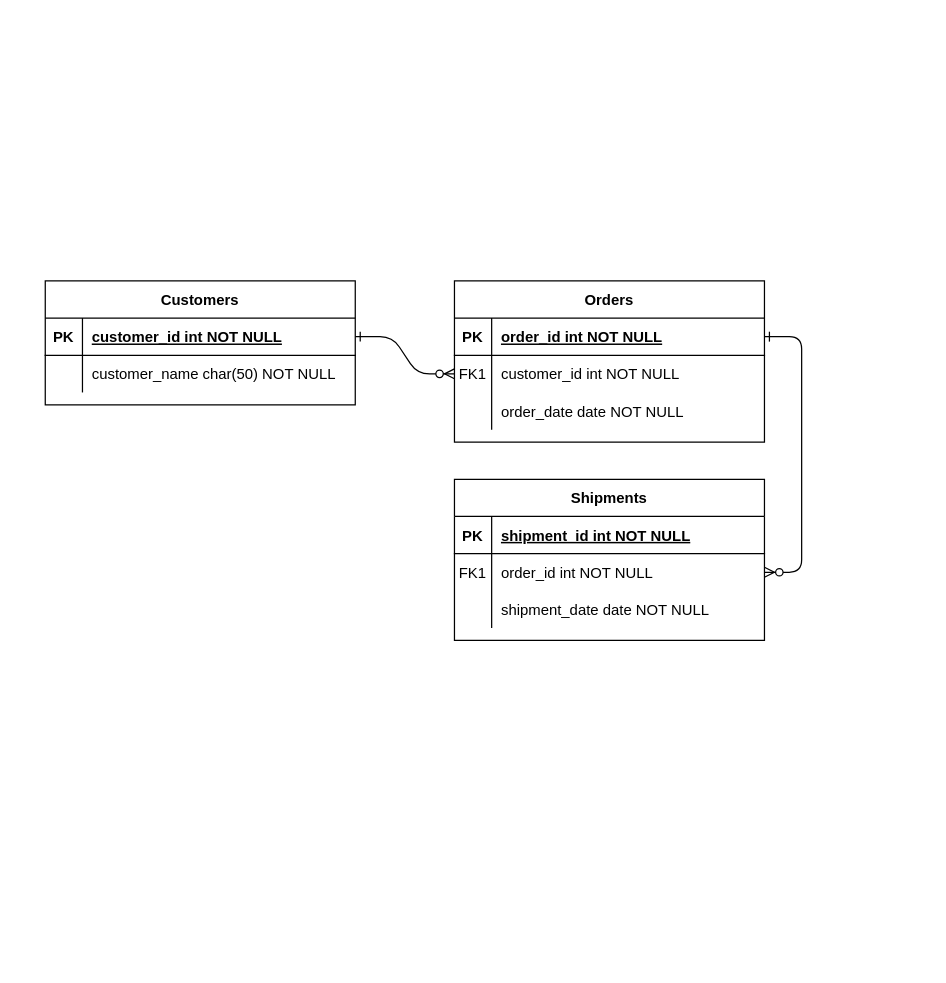
This is Untitled Diagram.drawio from JonDmc/PokeTCG, a draw.io file, before an edit. Source tidied: cells renumbered, new cells numbered last; positions are measured from the earlier drawing's top-left corner, leaving out a move shared by most shapes. Both pictures are drawn from the tidied source at 124%, with x=0, y=0 at pixel (45, 280).
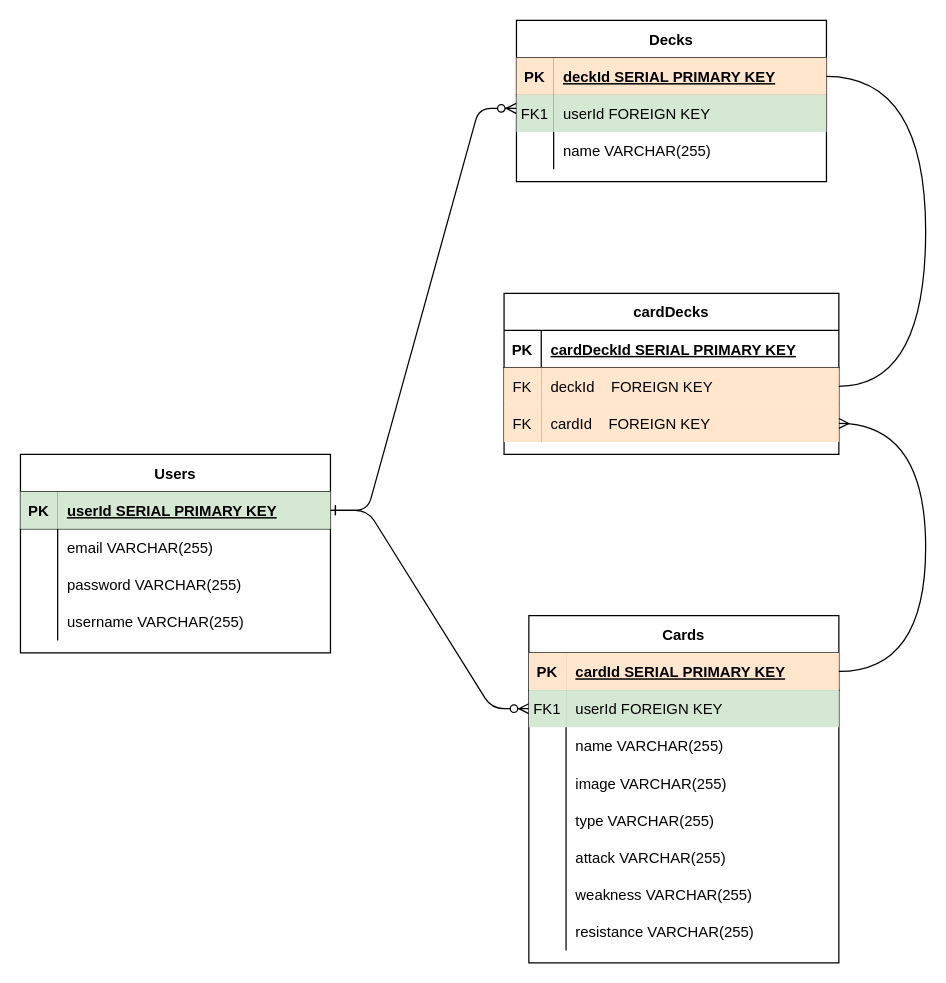
The same page after the edit.

Unchanged cells that the change refers to:
```xml
<mxCell id="5" style="shape=partialRectangle;fillColor=none;points=[[0,0.5],[1,0.5]];portConstraint=eastwest;top=0;left=0;right=0;bottom=1;" parent="4" vertex="1">
  <mxGeometry y="30" width="250" height="30" as="geometry" />
</mxCell>
<mxCell id="8" style="shape=partialRectangle;fillColor=none;points=[[0,0.5],[1,0.5]];portConstraint=eastwest;top=0;left=0;right=0;bottom=0;" parent="4" vertex="1">
  <mxGeometry y="60" width="250" height="30" as="geometry" />
</mxCell>
<mxCell id="11" style="shape=partialRectangle;fillColor=none;top=0;left=0;right=0;bottom=0;" parent="4" vertex="1">
  <mxGeometry y="90" width="250" height="30" as="geometry" />
</mxCell>
<mxCell id="15" style="shape=partialRectangle;fillColor=none;points=[[0,0.5],[1,0.5]];portConstraint=eastwest;top=0;left=0;right=0;bottom=1;" parent="14" vertex="1">
  <mxGeometry y="30" width="250" height="30" as="geometry" />
</mxCell>
<mxCell id="18" style="shape=partialRectangle;fillColor=none;points=[[0,0.5],[1,0.5]];portConstraint=eastwest;top=0;left=0;right=0;bottom=0;" parent="14" vertex="1">
  <mxGeometry y="60" width="250" height="30" as="geometry" />
</mxCell>
<mxCell id="21" style="shape=partialRectangle;fillColor=none;top=0;left=0;right=0;bottom=0;" parent="14" vertex="1">
  <mxGeometry y="90" width="250" height="30" as="geometry" />
</mxCell>
<mxCell id="25" style="shape=partialRectangle;fillColor=none;points=[[0,0.5],[1,0.5]];portConstraint=eastwest;top=0;left=0;right=0;bottom=1;" parent="24" vertex="1">
  <mxGeometry y="30" width="250" height="30" as="geometry" />
</mxCell>
<mxCell id="28" style="shape=partialRectangle;fillColor=none;top=0;left=0;right=0;bottom=0;" parent="24" vertex="1">
  <mxGeometry y="60" width="250" height="30" as="geometry" />
</mxCell>
```

Diff of the diagram source:
```diff
@@
-    <mxCell id="3" style="edgeStyle=entityRelationEdgeStyle;endArrow=ERzeroToMany;startArrow=ERone;endFill=1;startFill=0;" parent="1" edge="1" source="5" target="18">
-      <mxGeometry relative="1" as="geometry" />
-    </mxCell>
-    <mxCell id="4" value="Orders" style="shape=table;startSize=30;childLayout=tableLayout;rowLines=0;fontStyle=1;align=center;" parent="1" vertex="1">
-      <mxGeometry x="330" width="250" height="130" as="geometry" />
+    <mxCell id="4" value="Cards" style="shape=table;startSize=30;childLayout=tableLayout;rowLines=0;fontStyle=1;align=center;" parent="1" vertex="1">
+      <mxGeometry x="390" y="270" width="250" height="280" as="geometry" />
     </mxCell>
@@
-    <mxCell id="6" value="PK" style="shape=partialRectangle;overflow=hidden;fillColor=none;top=0;left=0;bottom=0;right=0;fontStyle=1;" parent="5" vertex="1">
+    <mxCell id="6" value="PK" style="shape=partialRectangle;overflow=hidden;fillColor=#ffe6cc;top=0;left=0;bottom=0;right=0;fontStyle=1;strokeColor=#d79b00;" parent="5" vertex="1">
       <mxGeometry width="30" height="30" as="geometry" />
     </mxCell>
-    <mxCell id="7" value="order_id int NOT NULL " style="shape=partialRectangle;overflow=hidden;fillColor=none;top=0;left=0;bottom=0;right=0;align=left;spacingLeft=6;fontStyle=5;" parent="5" vertex="1">
+    <mxCell id="7" value="cardId SERIAL PRIMARY KEY" style="shape=partialRectangle;overflow=hidden;fillColor=#ffe6cc;top=0;left=0;bottom=0;right=0;align=left;spacingLeft=6;fontStyle=5;strokeColor=#d79b00;" parent="5" vertex="1">
       <mxGeometry x="30" width="220" height="30" as="geometry" />
     </mxCell>
@@
-    <mxCell id="9" value="FK1" style="shape=partialRectangle;overflow=hidden;fillColor=none;top=0;left=0;bottom=0;right=0;" parent="8" vertex="1">
+    <mxCell id="9" value="FK1" style="shape=partialRectangle;overflow=hidden;fillColor=#d5e8d4;top=0;left=0;bottom=0;right=0;strokeColor=#82b366;" parent="8" vertex="1">
       <mxGeometry width="30" height="30" as="geometry" />
     </mxCell>
-    <mxCell id="10" value="customer_id int NOT NULL" style="shape=partialRectangle;overflow=hidden;fillColor=none;top=0;left=0;bottom=0;right=0;align=left;spacingLeft=6;" parent="8" vertex="1">
+    <mxCell id="10" value="userId FOREIGN KEY" style="shape=partialRectangle;overflow=hidden;fillColor=#d5e8d4;top=0;left=0;bottom=0;right=0;align=left;spacingLeft=6;strokeColor=#82b366;" parent="8" vertex="1">
       <mxGeometry x="30" width="220" height="30" as="geometry" />
     </mxCell>
@@
-    <mxCell id="13" value="order_date date NOT NULL" style="shape=partialRectangle;overflow=hidden;fillColor=none;top=0;left=0;bottom=0;right=0;align=left;spacingLeft=6;" parent="11" vertex="1">
+    <mxCell id="13" value="name VARCHAR(255)" style="shape=partialRectangle;overflow=hidden;fillColor=none;top=0;left=0;bottom=0;right=0;align=left;spacingLeft=6;" parent="11" vertex="1">
       <mxGeometry x="30" width="220" height="30" as="geometry" />
     </mxCell>
+    <mxCell id="31" style="shape=tableRow;horizontal=0;startSize=0;swimlaneHead=0;swimlaneBody=0;fillColor=none;top=0;left=0;right=0;bottom=0;" parent="4" vertex="1">
+      <mxGeometry y="120" width="250" height="30" as="geometry" />
+    </mxCell>
+    <mxCell id="32" style="shape=partialRectangle;fillColor=none;top=0;left=0;bottom=0;right=0;overflow=hidden;" parent="31" vertex="1">
+      <mxGeometry width="30" height="30" as="geometry" />
+    </mxCell>
+    <mxCell id="33" value="image VARCHAR(255)" style="shape=partialRectangle;fillColor=none;top=0;left=0;bottom=0;right=0;align=left;spacingLeft=6;overflow=hidden;" parent="31" vertex="1">
+      <mxGeometry x="30" width="220" height="30" as="geometry" />
+    </mxCell>
+    <mxCell id="34" style="shape=tableRow;horizontal=0;startSize=0;swimlaneHead=0;swimlaneBody=0;fillColor=none;top=0;left=0;right=0;bottom=0;" parent="4" vertex="1">
+      <mxGeometry y="150" width="250" height="30" as="geometry" />
+    </mxCell>
+    <mxCell id="35" style="shape=partialRectangle;fillColor=none;top=0;left=0;bottom=0;right=0;overflow=hidden;" parent="34" vertex="1">
+      <mxGeometry width="30" height="30" as="geometry" />
+    </mxCell>
+    <mxCell id="36" value="type VARCHAR(255)" style="shape=partialRectangle;fillColor=none;top=0;left=0;bottom=0;right=0;align=left;spacingLeft=6;overflow=hidden;" parent="34" vertex="1">
+      <mxGeometry x="30" width="220" height="30" as="geometry" />
+    </mxCell>
+    <mxCell id="37" style="shape=tableRow;horizontal=0;startSize=0;swimlaneHead=0;swimlaneBody=0;fillColor=none;top=0;left=0;right=0;bottom=0;" parent="4" vertex="1">
+      <mxGeometry y="180" width="250" height="30" as="geometry" />
+    </mxCell>
+    <mxCell id="38" style="shape=partialRectangle;fillColor=none;top=0;left=0;bottom=0;right=0;overflow=hidden;" parent="37" vertex="1">
+      <mxGeometry width="30" height="30" as="geometry" />
+    </mxCell>
+    <mxCell id="39" value="attack VARCHAR(255)" style="shape=partialRectangle;fillColor=none;top=0;left=0;bottom=0;right=0;align=left;spacingLeft=6;overflow=hidden;" parent="37" vertex="1">
+      <mxGeometry x="30" width="220" height="30" as="geometry" />
+    </mxCell>
+    <mxCell id="40" style="shape=tableRow;horizontal=0;startSize=0;swimlaneHead=0;swimlaneBody=0;fillColor=none;top=0;left=0;right=0;bottom=0;" parent="4" vertex="1">
+      <mxGeometry y="210" width="250" height="30" as="geometry" />
+    </mxCell>
+    <mxCell id="41" style="shape=partialRectangle;fillColor=none;top=0;left=0;bottom=0;right=0;overflow=hidden;" parent="40" vertex="1">
+      <mxGeometry width="30" height="30" as="geometry" />
+    </mxCell>
+    <mxCell id="42" value="weakness VARCHAR(255)" style="shape=partialRectangle;fillColor=none;top=0;left=0;bottom=0;right=0;align=left;spacingLeft=6;overflow=hidden;" parent="40" vertex="1">
+      <mxGeometry x="30" width="220" height="30" as="geometry" />
+    </mxCell>
+    <mxCell id="43" style="shape=tableRow;horizontal=0;startSize=0;swimlaneHead=0;swimlaneBody=0;fillColor=none;top=0;left=0;right=0;bottom=0;" parent="4" vertex="1">
+      <mxGeometry y="240" width="250" height="30" as="geometry" />
+    </mxCell>
+    <mxCell id="44" style="shape=partialRectangle;fillColor=none;top=0;left=0;bottom=0;right=0;overflow=hidden;" parent="43" vertex="1">
+      <mxGeometry width="30" height="30" as="geometry" />
+    </mxCell>
+    <mxCell id="45" value="resistance VARCHAR(255)" style="shape=partialRectangle;fillColor=none;top=0;left=0;bottom=0;right=0;align=left;spacingLeft=6;overflow=hidden;" parent="43" vertex="1">
+      <mxGeometry x="30" width="220" height="30" as="geometry" />
+    </mxCell>
-    <mxCell id="14" value="Shipments" style="shape=table;startSize=30;childLayout=tableLayout;rowLines=0;fontStyle=1;align=center;" parent="1" vertex="1">
-      <mxGeometry x="330" y="160" width="250" height="130" as="geometry" />
+    <mxCell id="14" value="Decks" style="shape=table;startSize=30;childLayout=tableLayout;rowLines=0;fontStyle=1;align=center;" parent="1" vertex="1">
+      <mxGeometry x="380" y="-210" width="250" height="130" as="geometry" />
     </mxCell>
@@
-    <mxCell id="16" value="PK" style="shape=partialRectangle;overflow=hidden;fillColor=none;top=0;left=0;bottom=0;right=0;fontStyle=1;" parent="15" vertex="1">
+    <mxCell id="16" value="PK" style="shape=partialRectangle;overflow=hidden;fillColor=#ffe6cc;top=0;left=0;bottom=0;right=0;fontStyle=1;strokeColor=#d79b00;" parent="15" vertex="1">
       <mxGeometry width="30" height="30" as="geometry" />
     </mxCell>
-    <mxCell id="17" value="shipment_id int NOT NULL " style="shape=partialRectangle;overflow=hidden;fillColor=none;top=0;left=0;bottom=0;right=0;align=left;spacingLeft=6;fontStyle=5;" parent="15" vertex="1">
+    <mxCell id="17" value="deckId SERIAL PRIMARY KEY" style="shape=partialRectangle;overflow=hidden;fillColor=#ffe6cc;top=0;left=0;bottom=0;right=0;align=left;spacingLeft=6;fontStyle=5;strokeColor=#d79b00;" parent="15" vertex="1">
       <mxGeometry x="30" width="220" height="30" as="geometry" />
     </mxCell>
@@
-    <mxCell id="19" value="FK1" style="shape=partialRectangle;overflow=hidden;fillColor=none;top=0;left=0;bottom=0;right=0;" parent="18" vertex="1">
+    <mxCell id="19" value="FK1" style="shape=partialRectangle;overflow=hidden;fillColor=#d5e8d4;top=0;left=0;bottom=0;right=0;strokeColor=#82b366;" parent="18" vertex="1">
       <mxGeometry width="30" height="30" as="geometry" />
     </mxCell>
-    <mxCell id="20" value="order_id int NOT NULL" style="shape=partialRectangle;overflow=hidden;fillColor=none;top=0;left=0;bottom=0;right=0;align=left;spacingLeft=6;" parent="18" vertex="1">
+    <mxCell id="20" value="userId FOREIGN KEY" style="shape=partialRectangle;overflow=hidden;fillColor=#d5e8d4;top=0;left=0;bottom=0;right=0;align=left;spacingLeft=6;strokeColor=#82b366;" parent="18" vertex="1">
       <mxGeometry x="30" width="220" height="30" as="geometry" />
     </mxCell>
@@
-    <mxCell id="23" value="shipment_date date NOT NULL" style="shape=partialRectangle;overflow=hidden;fillColor=none;top=0;left=0;bottom=0;right=0;align=left;spacingLeft=6;" parent="21" vertex="1">
+    <mxCell id="23" value="name VARCHAR(255)" style="shape=partialRectangle;overflow=hidden;fillColor=none;top=0;left=0;bottom=0;right=0;align=left;spacingLeft=6;" parent="21" vertex="1">
       <mxGeometry x="30" width="220" height="30" as="geometry" />
     </mxCell>
-    <mxCell id="24" value="Customers" style="shape=table;startSize=30;childLayout=tableLayout;rowLines=0;fontStyle=1;align=center;" parent="1" vertex="1">
-      <mxGeometry width="250" height="100" as="geometry" />
+    <mxCell id="24" value="Users" style="shape=table;startSize=30;childLayout=tableLayout;rowLines=0;fontStyle=1;align=center;" parent="1" vertex="1">
+      <mxGeometry x="-20" y="140" width="250" height="160" as="geometry" />
     </mxCell>
@@
-    <mxCell id="26" value="PK" style="shape=partialRectangle;overflow=hidden;fillColor=none;top=0;left=0;bottom=0;right=0;fontStyle=1;" parent="25" vertex="1">
+    <mxCell id="26" value="PK" style="shape=partialRectangle;overflow=hidden;fillColor=#d5e8d4;top=0;left=0;bottom=0;right=0;fontStyle=1;strokeColor=#82b366;" parent="25" vertex="1">
       <mxGeometry width="30" height="30" as="geometry" />
     </mxCell>
-    <mxCell id="27" value="customer_id int NOT NULL " style="shape=partialRectangle;overflow=hidden;fillColor=none;top=0;left=0;bottom=0;right=0;align=left;spacingLeft=6;fontStyle=5;" parent="25" vertex="1">
+    <mxCell id="27" value="userId SERIAL PRIMARY KEY" style="shape=partialRectangle;overflow=hidden;fillColor=#d5e8d4;top=0;left=0;bottom=0;right=0;align=left;spacingLeft=6;fontStyle=5;strokeColor=#82b366;" parent="25" vertex="1">
       <mxGeometry x="30" width="220" height="30" as="geometry" />
     </mxCell>
@@
-    <mxCell id="30" value="customer_name char(50) NOT NULL" style="shape=partialRectangle;overflow=hidden;fillColor=none;top=0;left=0;bottom=0;right=0;align=left;spacingLeft=6;" parent="28" vertex="1">
+    <mxCell id="30" value="email VARCHAR(255)" style="shape=partialRectangle;overflow=hidden;fillColor=none;top=0;left=0;bottom=0;right=0;align=left;spacingLeft=6;" parent="28" vertex="1">
       <mxGeometry x="30" width="220" height="30" as="geometry" />
     </mxCell>
+    <mxCell id="46" style="shape=tableRow;horizontal=0;startSize=0;swimlaneHead=0;swimlaneBody=0;fillColor=none;top=0;left=0;right=0;bottom=0;" parent="24" vertex="1">
+      <mxGeometry y="90" width="250" height="30" as="geometry" />
+    </mxCell>
+    <mxCell id="47" style="shape=partialRectangle;fillColor=none;top=0;left=0;bottom=0;right=0;overflow=hidden;" parent="46" vertex="1">
+      <mxGeometry width="30" height="30" as="geometry" />
+    </mxCell>
+    <mxCell id="48" value="password VARCHAR(255)" style="shape=partialRectangle;fillColor=none;top=0;left=0;bottom=0;right=0;align=left;spacingLeft=6;overflow=hidden;" parent="46" vertex="1">
+      <mxGeometry x="30" width="220" height="30" as="geometry" />
+    </mxCell>
+    <mxCell id="49" style="shape=tableRow;horizontal=0;startSize=0;swimlaneHead=0;swimlaneBody=0;fillColor=none;top=0;left=0;right=0;bottom=0;" parent="24" vertex="1">
+      <mxGeometry y="120" width="250" height="30" as="geometry" />
+    </mxCell>
+    <mxCell id="50" style="shape=partialRectangle;fillColor=none;top=0;left=0;bottom=0;right=0;overflow=hidden;" parent="49" vertex="1">
+      <mxGeometry width="30" height="30" as="geometry" />
+    </mxCell>
+    <mxCell id="51" value="username VARCHAR(255)" style="shape=partialRectangle;fillColor=none;top=0;left=0;bottom=0;right=0;align=left;spacingLeft=6;overflow=hidden;" parent="49" vertex="1">
+      <mxGeometry x="30" width="220" height="30" as="geometry" />
+    </mxCell>
+    <mxCell id="52" style="edgeStyle=entityRelationEdgeStyle;endArrow=ERzeroToMany;startArrow=ERone;endFill=1;startFill=0;entryX=-0.001;entryY=0.363;entryDx=0;entryDy=0;entryPerimeter=0;" parent="1" edge="1" source="25" target="18">
+      <mxGeometry relative="1" as="geometry" />
+    </mxCell>
+    <mxCell id="53" value="cardDecks" style="shape=table;startSize=30;childLayout=tableLayout;rowLines=0;fontStyle=1;align=center;" parent="1" vertex="1">
+      <mxGeometry x="370" y="10" width="270" height="130" as="geometry" />
+    </mxCell>
+    <mxCell id="54" style="shape=tableRow;horizontal=0;startSize=0;swimlaneHead=0;swimlaneBody=0;fillColor=none;top=0;left=0;right=0;bottom=1;" parent="53" vertex="1">
+      <mxGeometry y="30" width="270" height="30" as="geometry" />
+    </mxCell>
+    <mxCell id="55" value="PK" style="shape=partialRectangle;fillColor=none;top=0;left=0;bottom=0;right=0;fontStyle=1;overflow=hidden;" parent="54" vertex="1">
+      <mxGeometry width="30" height="30" as="geometry" />
+    </mxCell>
+    <mxCell id="56" value="cardDeckId SERIAL PRIMARY KEY" style="shape=partialRectangle;fillColor=none;top=0;left=0;bottom=0;right=0;align=left;spacingLeft=6;fontStyle=5;overflow=hidden;" parent="54" vertex="1">
+      <mxGeometry x="30" width="240" height="30" as="geometry" />
+    </mxCell>
+    <mxCell id="57" style="shape=tableRow;horizontal=0;startSize=0;swimlaneHead=0;swimlaneBody=0;fillColor=none;points=[[0,0.5],[1,0.5]];portConstraint=eastwest;top=0;left=0;right=0;bottom=0;" parent="53" vertex="1">
+      <mxGeometry y="60" width="270" height="30" as="geometry" />
+    </mxCell>
+    <mxCell id="58" value="FK" style="shape=partialRectangle;fillColor=#ffe6cc;top=0;left=0;bottom=0;right=0;fontStyle=0;overflow=hidden;strokeColor=#d79b00;" parent="57" vertex="1">
+      <mxGeometry width="30" height="30" as="geometry" />
+    </mxCell>
+    <mxCell id="59" value="deckId    FOREIGN KEY" style="shape=partialRectangle;fillColor=#ffe6cc;top=0;left=0;bottom=0;right=0;align=left;spacingLeft=6;fontStyle=0;overflow=hidden;strokeColor=#d79b00;" parent="57" vertex="1">
+      <mxGeometry x="30" width="240" height="30" as="geometry" />
+    </mxCell>
+    <mxCell id="60" style="shape=tableRow;horizontal=0;startSize=0;swimlaneHead=0;swimlaneBody=0;fillColor=none;points=[[0,0.5],[1,0.5]];portConstraint=eastwest;top=0;left=0;right=0;bottom=0;" parent="53" vertex="1">
+      <mxGeometry y="90" width="270" height="30" as="geometry" />
+    </mxCell>
+    <mxCell id="61" value="FK" style="shape=partialRectangle;fillColor=#ffe6cc;top=0;left=0;bottom=0;right=0;fontStyle=0;overflow=hidden;strokeColor=#d79b00;" parent="60" vertex="1">
+      <mxGeometry width="30" height="30" as="geometry" />
+    </mxCell>
+    <mxCell id="62" value="cardId    FOREIGN KEY" style="shape=partialRectangle;fillColor=#ffe6cc;top=0;left=0;bottom=0;right=0;align=left;spacingLeft=6;fontStyle=0;overflow=hidden;strokeColor=#d79b00;" parent="60" vertex="1">
+      <mxGeometry x="30" width="240" height="30" as="geometry" />
+    </mxCell>
+    <mxCell id="63" style="edgeStyle=orthogonalEdgeStyle;fontSize=12;html=1;endArrow=none;endFill=0;rounded=0;entryX=1;entryY=0.5;entryDx=0;entryDy=0;exitX=1;exitY=0.5;exitDx=0;exitDy=0;curved=1;" parent="1" edge="1" source="15" target="57">
+      <mxGeometry relative="1" as="geometry">
+        <Array as="points">
+          <mxPoint x="710" y="-165" />
+          <mxPoint x="710" y="85" />
+        </Array>
+      </mxGeometry>
+    </mxCell>
+    <mxCell id="64" style="edgeStyle=orthogonalEdgeStyle;fontSize=12;html=1;endArrow=ERmany;rounded=0;curved=1;exitX=1;exitY=0.5;exitDx=0;exitDy=0;entryX=1;entryY=0.5;entryDx=0;entryDy=0;" parent="1" edge="1" source="5" target="60">
+      <mxGeometry relative="1" as="geometry">
+        <Array as="points">
+          <mxPoint x="710" y="315" />
+          <mxPoint x="710" y="115" />
+        </Array>
+      </mxGeometry>
+    </mxCell>
```
